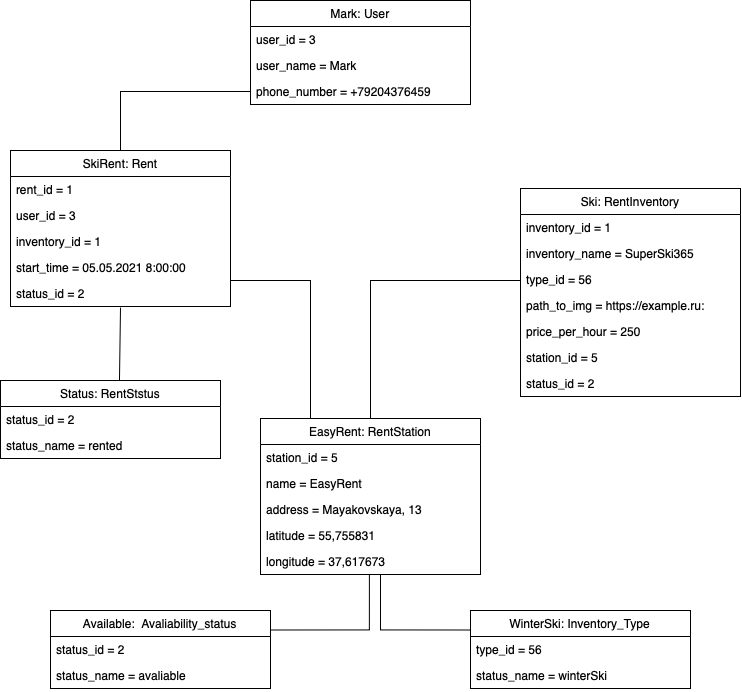
The draw.io diagram Documents/Диаграмма объектов.png in MikrasovP/ProCat, before a commit. Source tidied: cells renumbered, new cells last; positions are measured from the earlier drawing's top-left corner, leaving out a move shared by most shapes.
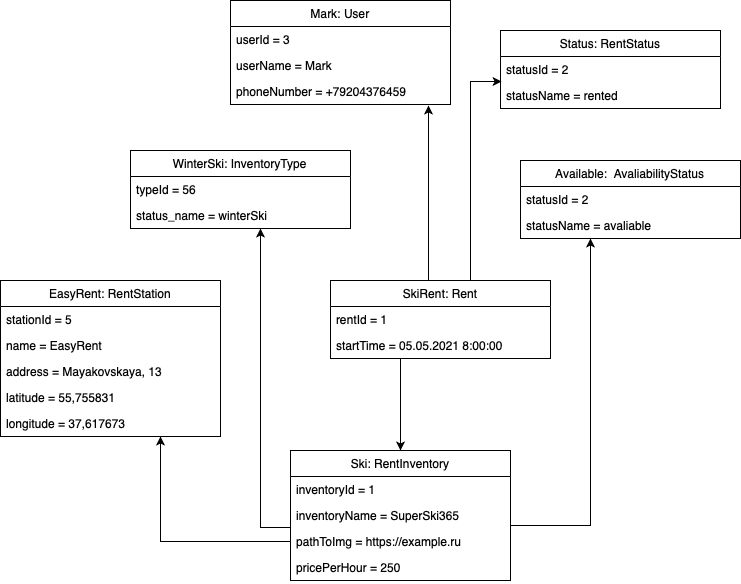
The same diagram one commit later.

Diff of the diagram source:
```diff
@@ -3,39 +3,30 @@
     <mxCell id="0" />
     <mxCell id="1" parent="0" />
     <mxCell id="2" value="SkiRent: Rent" style="swimlane;fontStyle=0;horizontal=1;startSize=26;fillColor=none;" parent="1" vertex="1">
-      <mxGeometry x="10" y="150" width="220" height="156" as="geometry" />
+      <mxGeometry x="350" y="270" width="220" height="78" as="geometry" />
     </mxCell>
-    <mxCell id="3" value="rent_id = 1" style="text;strokeColor=none;fillColor=none;align=left;verticalAlign=top;spacingLeft=4;spacingRight=4;overflow=hidden;" parent="2" vertex="1">
+    <mxCell id="3" value="rentId = 1" style="text;strokeColor=none;fillColor=none;align=left;verticalAlign=top;spacingLeft=4;spacingRight=4;overflow=hidden;" parent="2" vertex="1">
       <mxGeometry y="26" width="220" height="26" as="geometry" />
     </mxCell>
-    <mxCell id="4" value="user_id = 3" style="text;strokeColor=none;fillColor=none;align=left;verticalAlign=top;spacingLeft=4;spacingRight=4;overflow=hidden;" parent="2" vertex="1">
-      <mxGeometry y="52" width="220" height="26" as="geometry" />
-    </mxCell>
-    <mxCell id="5" value="inventory_id = 1" style="text;strokeColor=none;fillColor=none;align=left;verticalAlign=top;spacingLeft=4;spacingRight=4;overflow=hidden;" parent="2" vertex="1">
-      <mxGeometry y="78" width="220" height="26" as="geometry" />
-    </mxCell>
-    <mxCell id="6" value="start_time = 05.05.2021 8:00:00" style="text;strokeColor=none;fillColor=none;align=left;verticalAlign=top;spacingLeft=4;spacingRight=4;overflow=hidden;points=[[0,0.5],[1,0.5]];portConstraint=eastwest;" parent="2" vertex="1">
-      <mxGeometry y="104" width="220" height="26" as="geometry" />
+    <mxCell id="6" value="startTime = 05.05.2021 8:00:00" style="text;strokeColor=none;fillColor=none;align=left;verticalAlign=top;spacingLeft=4;spacingRight=4;overflow=hidden;points=[[0,0.5],[1,0.5]];portConstraint=eastwest;" parent="2" vertex="1">
+      <mxGeometry y="52" width="220" height="26" as="geometry" />
     </mxCell>
-    <mxCell id="7" value="status_id = 2" style="text;strokeColor=none;fillColor=none;align=left;verticalAlign=top;spacingLeft=4;spacingRight=4;overflow=hidden;points=[[0,0.5],[1,0.5]];portConstraint=eastwest;" parent="2" vertex="1">
-      <mxGeometry y="130" width="220" height="26" as="geometry" />
-    </mxCell>
     <mxCell id="8" value="Mark: User" style="swimlane;fontStyle=0;horizontal=1;startSize=26;fillColor=none;" parent="1" vertex="1">
-      <mxGeometry x="250" width="220" height="104" as="geometry" />
+      <mxGeometry x="250" y="-10" width="220" height="104" as="geometry" />
     </mxCell>
-    <mxCell id="9" value="user_id = 3" style="text;strokeColor=none;fillColor=none;align=left;verticalAlign=top;spacingLeft=4;spacingRight=4;overflow=hidden;" parent="8" vertex="1">
+    <mxCell id="9" value="userId = 3" style="text;strokeColor=none;fillColor=none;align=left;verticalAlign=top;spacingLeft=4;spacingRight=4;overflow=hidden;" parent="8" vertex="1">
       <mxGeometry y="26" width="220" height="26" as="geometry" />
     </mxCell>
-    <mxCell id="10" value="user_name = Mark " style="text;strokeColor=none;fillColor=none;align=left;verticalAlign=top;spacingLeft=4;spacingRight=4;overflow=hidden;" parent="8" vertex="1">
+    <mxCell id="10" value="userName = Mark " style="text;strokeColor=none;fillColor=none;align=left;verticalAlign=top;spacingLeft=4;spacingRight=4;overflow=hidden;" parent="8" vertex="1">
       <mxGeometry y="52" width="220" height="26" as="geometry" />
     </mxCell>
-    <mxCell id="11" value="phone_number = +79204376459" style="text;strokeColor=none;fillColor=none;align=left;verticalAlign=top;spacingLeft=4;spacingRight=4;overflow=hidden;points=[[0,0.5],[1,0.5]];portConstraint=eastwest;" parent="8" vertex="1">
+    <mxCell id="11" value="phoneNumber = +79204376459" style="text;strokeColor=none;fillColor=none;align=left;verticalAlign=top;spacingLeft=4;spacingRight=4;overflow=hidden;points=[[0,0.5],[1,0.5]];portConstraint=eastwest;" parent="8" vertex="1">
       <mxGeometry y="78" width="220" height="26" as="geometry" />
     </mxCell>
     <mxCell id="12" value="EasyRent: RentStation" style="swimlane;fontStyle=0;horizontal=1;startSize=26;fillColor=none;" parent="1" vertex="1">
-      <mxGeometry x="260" y="418" width="220" height="156" as="geometry" />
+      <mxGeometry x="20" y="270" width="220" height="156" as="geometry" />
     </mxCell>
-    <mxCell id="13" value="station_id = 5" style="text;strokeColor=none;fillColor=none;align=left;verticalAlign=top;spacingLeft=4;spacingRight=4;overflow=hidden;" parent="12" vertex="1">
+    <mxCell id="13" value="stationId = 5" style="text;strokeColor=none;fillColor=none;align=left;verticalAlign=top;spacingLeft=4;spacingRight=4;overflow=hidden;" parent="12" vertex="1">
       <mxGeometry y="26" width="220" height="26" as="geometry" />
     </mxCell>
     <mxCell id="14" value="name = EasyRent" style="text;strokeColor=none;fillColor=none;align=left;verticalAlign=top;spacingLeft=4;spacingRight=4;overflow=hidden;" parent="12" vertex="1">
@@ -51,96 +42,90 @@
       <mxGeometry y="130" width="220" height="26" as="geometry" />
     </mxCell>
     <mxCell id="18" value="Ski: RentInventory" style="swimlane;fontStyle=0;horizontal=1;startSize=26;fillColor=none;" parent="1" vertex="1">
-      <mxGeometry x="520" y="188" width="220" height="208" as="geometry" />
+      <mxGeometry x="310" y="440" width="220" height="130" as="geometry" />
     </mxCell>
-    <mxCell id="19" value="inventory_id = 1" style="text;strokeColor=none;fillColor=none;align=left;verticalAlign=top;spacingLeft=4;spacingRight=4;overflow=hidden;" parent="18" vertex="1">
+    <mxCell id="19" value="inventoryId = 1" style="text;strokeColor=none;fillColor=none;align=left;verticalAlign=top;spacingLeft=4;spacingRight=4;overflow=hidden;" parent="18" vertex="1">
       <mxGeometry y="26" width="220" height="26" as="geometry" />
     </mxCell>
-    <mxCell id="20" value="inventory_name = SuperSki365" style="text;strokeColor=none;fillColor=none;align=left;verticalAlign=top;spacingLeft=4;spacingRight=4;overflow=hidden;points=[[0,0.5],[1,0.5]];portConstraint=eastwest;" parent="18" vertex="1">
+    <mxCell id="20" value="inventoryName = SuperSki365" style="text;strokeColor=none;fillColor=none;align=left;verticalAlign=top;spacingLeft=4;spacingRight=4;overflow=hidden;points=[[0,0.5],[1,0.5]];portConstraint=eastwest;" parent="18" vertex="1">
       <mxGeometry y="52" width="220" height="26" as="geometry" />
     </mxCell>
-    <mxCell id="21" value="type_id = 56" style="text;strokeColor=none;fillColor=none;align=left;verticalAlign=top;spacingLeft=4;spacingRight=4;overflow=hidden;" parent="18" vertex="1">
-      <mxGeometry y="78" width="220" height="26" as="geometry" />
-    </mxCell>
-    <mxCell id="22" value="path_to_img = https://example.ru:" style="text;strokeColor=none;fillColor=none;align=left;verticalAlign=top;spacingLeft=4;spacingRight=4;overflow=hidden;points=[[0,0.5],[1,0.5]];portConstraint=eastwest;" parent="18" vertex="1">
-      <mxGeometry y="104" width="220" height="26" as="geometry" />
+    <mxCell id="22" value="pathToImg = https://example.ru" style="text;strokeColor=none;fillColor=none;align=left;verticalAlign=top;spacingLeft=4;spacingRight=4;overflow=hidden;points=[[0,0.5],[1,0.5]];portConstraint=eastwest;" parent="18" vertex="1">
+      <mxGeometry y="78" width="220" height="26" as="geometry" />
     </mxCell>
-    <mxCell id="23" value="price_per_hour = 250" style="text;strokeColor=none;fillColor=none;align=left;verticalAlign=top;spacingLeft=4;spacingRight=4;overflow=hidden;" parent="18" vertex="1">
-      <mxGeometry y="130" width="220" height="26" as="geometry" />
+    <mxCell id="23" value="pricePerHour = 250" style="text;strokeColor=none;fillColor=none;align=left;verticalAlign=top;spacingLeft=4;spacingRight=4;overflow=hidden;" parent="18" vertex="1">
+      <mxGeometry y="104" width="220" height="26" as="geometry" />
     </mxCell>
-    <mxCell id="24" value="station_id = 5" style="text;strokeColor=none;fillColor=none;align=left;verticalAlign=top;spacingLeft=4;spacingRight=4;overflow=hidden;" parent="18" vertex="1">
-      <mxGeometry y="156" width="220" height="26" as="geometry" />
-    </mxCell>
-    <mxCell id="25" value="status_id = 2" style="text;strokeColor=none;fillColor=none;align=left;verticalAlign=top;spacingLeft=4;spacingRight=4;overflow=hidden;" parent="18" vertex="1">
-      <mxGeometry y="182" width="220" height="26" as="geometry" />
-    </mxCell>
-    <mxCell id="26" value="Status: RentStstus" style="swimlane;fontStyle=0;horizontal=1;startSize=26;fillColor=none;" parent="1" vertex="1">
-      <mxGeometry y="380" width="220" height="78" as="geometry" />
+    <mxCell id="26" value="Status: RentStatus" style="swimlane;fontStyle=0;horizontal=1;startSize=26;fillColor=none;" parent="1" vertex="1">
+      <mxGeometry x="520" y="20" width="220" height="78" as="geometry" />
     </mxCell>
-    <mxCell id="27" value="status_id = 2" style="text;strokeColor=none;fillColor=none;align=left;verticalAlign=top;spacingLeft=4;spacingRight=4;overflow=hidden;points=[[0,0.5],[1,0.5]];portConstraint=eastwest;" parent="26" vertex="1">
+    <mxCell id="27" value="statusId = 2" style="text;strokeColor=none;fillColor=none;align=left;verticalAlign=top;spacingLeft=4;spacingRight=4;overflow=hidden;points=[[0,0.5],[1,0.5]];portConstraint=eastwest;" parent="26" vertex="1">
       <mxGeometry y="26" width="220" height="26" as="geometry" />
     </mxCell>
-    <mxCell id="28" value="status_name = rented" style="text;strokeColor=none;fillColor=none;align=left;verticalAlign=top;spacingLeft=4;spacingRight=4;overflow=hidden;" parent="26" vertex="1">
+    <mxCell id="28" value="statusName = rented" style="text;strokeColor=none;fillColor=none;align=left;verticalAlign=top;spacingLeft=4;spacingRight=4;overflow=hidden;" parent="26" vertex="1">
       <mxGeometry y="52" width="220" height="26" as="geometry" />
     </mxCell>
-    <mxCell id="29" value="WinterSki: Inventory_Type" style="swimlane;fontStyle=0;horizontal=1;startSize=26;fillColor=none;" parent="1" vertex="1">
-      <mxGeometry x="470" y="610" width="220" height="78" as="geometry" />
+    <mxCell id="29" value="WinterSki: InventoryType" style="swimlane;fontStyle=0;horizontal=1;startSize=26;fillColor=none;" parent="1" vertex="1">
+      <mxGeometry x="150" y="140" width="220" height="78" as="geometry" />
     </mxCell>
-    <mxCell id="30" value="type_id = 56" style="text;strokeColor=none;fillColor=none;align=left;verticalAlign=top;spacingLeft=4;spacingRight=4;overflow=hidden;" parent="29" vertex="1">
+    <mxCell id="30" value="typeId = 56" style="text;strokeColor=none;fillColor=none;align=left;verticalAlign=top;spacingLeft=4;spacingRight=4;overflow=hidden;" parent="29" vertex="1">
       <mxGeometry y="26" width="220" height="26" as="geometry" />
     </mxCell>
     <mxCell id="31" value="status_name = winterSki" style="text;strokeColor=none;fillColor=none;align=left;verticalAlign=top;spacingLeft=4;spacingRight=4;overflow=hidden;points=[[0,0.5],[1,0.5]];portConstraint=eastwest;" parent="29" vertex="1">
       <mxGeometry y="52" width="220" height="26" as="geometry" />
     </mxCell>
-    <mxCell id="32" value="Available:  Avaliability_status" style="swimlane;fontStyle=0;horizontal=1;startSize=26;fillColor=none;" parent="1" vertex="1">
-      <mxGeometry x="50" y="610" width="220" height="78" as="geometry" />
+    <mxCell id="32" value="Available:  AvaliabilityStatus" style="swimlane;fontStyle=0;horizontal=1;startSize=26;fillColor=none;" parent="1" vertex="1">
+      <mxGeometry x="540" y="150" width="220" height="78" as="geometry" />
     </mxCell>
-    <mxCell id="33" value="status_id = 2" style="text;strokeColor=none;fillColor=none;align=left;verticalAlign=top;spacingLeft=4;spacingRight=4;overflow=hidden;" parent="32" vertex="1">
+    <mxCell id="33" value="statusId = 2" style="text;strokeColor=none;fillColor=none;align=left;verticalAlign=top;spacingLeft=4;spacingRight=4;overflow=hidden;" parent="32" vertex="1">
       <mxGeometry y="26" width="220" height="26" as="geometry" />
     </mxCell>
-    <mxCell id="34" value="status_name = avaliable" style="text;strokeColor=none;fillColor=none;align=left;verticalAlign=top;spacingLeft=4;spacingRight=4;overflow=hidden;points=[[0,0.5],[1,0.5]];portConstraint=eastwest;" parent="32" vertex="1">
+    <mxCell id="34" value="statusName = avaliable" style="text;strokeColor=none;fillColor=none;align=left;verticalAlign=top;spacingLeft=4;spacingRight=4;overflow=hidden;points=[[0,0.5],[1,0.5]];portConstraint=eastwest;" parent="32" vertex="1">
       <mxGeometry y="52" width="220" height="26" as="geometry" />
     </mxCell>
-    <mxCell id="35" style="endArrow=none;html=1;rounded=0;edgeStyle=orthogonalEdgeStyle;" parent="1" edge="1" source="2" target="11">
-      <mxGeometry relative="1" as="geometry" />
+    <mxCell id="35" style="endArrow=classic;html=1;rounded=0;edgeStyle=orthogonalEdgeStyle;entryX=0.9;entryY=1.038;entryDx=0;entryDy=0;entryPerimeter=0;exitX=0.5;exitY=0;exitDx=0;exitDy=0;" parent="1" edge="1" source="2" target="11">
+      <mxGeometry relative="1" as="geometry">
+        <Array as="points">
+          <mxPoint x="448" y="270" />
+        </Array>
+      </mxGeometry>
     </mxCell>
-    <mxCell id="36" style="endArrow=none;html=1;rounded=0;edgeStyle=orthogonalEdgeStyle;" parent="1" edge="1" source="12">
-      <mxGeometry relative="1" as="geometry">
-        <mxPoint x="520" y="280" as="targetPoint" />
-        <Array as="points">
-          <mxPoint x="370" y="280" />
-        </Array>
-      </mxGeometry>
-    </mxCell>
-    <mxCell id="37" style="endArrow=none;html=1;rounded=0;edgeStyle=orthogonalEdgeStyle;" parent="1" edge="1" source="12" target="7">
-      <mxGeometry relative="1" as="geometry">
-        <Array as="points">
-          <mxPoint x="310" y="280" />
-        </Array>
-      </mxGeometry>
-    </mxCell>
-    <mxCell id="38" style="endArrow=none;html=1;rounded=0;edgeStyle=orthogonalEdgeStyle;exitX=0.5;exitY=0;exitDx=0;exitDy=0;entryX=0.495;entryY=1.044;entryDx=0;entryDy=0;entryPerimeter=0;" parent="1" edge="1" source="26" target="7">
-      <mxGeometry relative="1" as="geometry">
-        <Array as="points">
-          <mxPoint x="119" y="380" />
-          <mxPoint x="119" y="378" />
-          <mxPoint x="120" y="307" />
-        </Array>
-      </mxGeometry>
-    </mxCell>
-    <mxCell id="39" style="endArrow=none;html=1;rounded=0;edgeStyle=orthogonalEdgeStyle;exitX=1;exitY=0.25;exitDx=0;exitDy=0;entryX=0.495;entryY=1.011;entryDx=0;entryDy=0;entryPerimeter=0;" parent="1" edge="1" source="32" target="17">
-      <mxGeometry relative="1" as="geometry">
-        <Array as="points">
-          <mxPoint x="369" y="629" />
-        </Array>
-      </mxGeometry>
-    </mxCell>
-    <mxCell id="40" style="endArrow=none;html=1;rounded=0;edgeStyle=orthogonalEdgeStyle;exitX=0;exitY=0.25;exitDx=0;exitDy=0;" parent="1" edge="1" source="29" target="17">
-      <mxGeometry relative="1" as="geometry">
-        <Array as="points">
-          <mxPoint x="380" y="629" />
-        </Array>
-      </mxGeometry>
-    </mxCell>
+    <mxCell id="41" style="endArrow=classic;html=1;rounded=0;edgeStyle=orthogonalEdgeStyle;entryX=0.005;entryY=0.962;entryDx=0;entryDy=0;entryPerimeter=0;" parent="1" edge="1" source="2" target="27">
+      <mxGeometry relative="1" as="geometry">
+        <Array as="points">
+          <mxPoint x="490" y="71" />
+        </Array>
+      </mxGeometry>
+    </mxCell>
+    <mxCell id="42" style="endArrow=classic;html=1;rounded=0;edgeStyle=orthogonalEdgeStyle;entryX=0.5;entryY=0;entryDx=0;entryDy=0;" parent="1" edge="1" source="6" target="18">
+      <mxGeometry relative="1" as="geometry">
+        <Array as="points">
+          <mxPoint x="420" y="360" />
+          <mxPoint x="420" y="360" />
+        </Array>
+      </mxGeometry>
+    </mxCell>
+    <mxCell id="43" style="endArrow=classic;html=1;rounded=0;edgeStyle=orthogonalEdgeStyle;exitX=1;exitY=0.5;exitDx=0;exitDy=0;" parent="1" edge="1" source="20" target="34">
+      <mxGeometry relative="1" as="geometry">
+        <Array as="points">
+          <mxPoint x="530" y="515" />
+          <mxPoint x="610" y="515" />
+        </Array>
+      </mxGeometry>
+    </mxCell>
+    <mxCell id="44" style="endArrow=classic;html=1;rounded=0;edgeStyle=orthogonalEdgeStyle;" parent="1" edge="1" source="20" target="31">
+      <mxGeometry relative="1" as="geometry">
+        <Array as="points">
+          <mxPoint x="280" y="517" />
+        </Array>
+      </mxGeometry>
+    </mxCell>
+    <mxCell id="45" style="endArrow=classic;html=1;rounded=0;edgeStyle=orthogonalEdgeStyle;exitX=0;exitY=0.5;exitDx=0;exitDy=0;" parent="1" edge="1" source="22" target="17">
+      <mxGeometry relative="1" as="geometry">
+        <Array as="points">
+          <mxPoint x="180" y="531" />
+        </Array>
+      </mxGeometry>
+    </mxCell>
   </root>
 </mxGraphModel>
```
